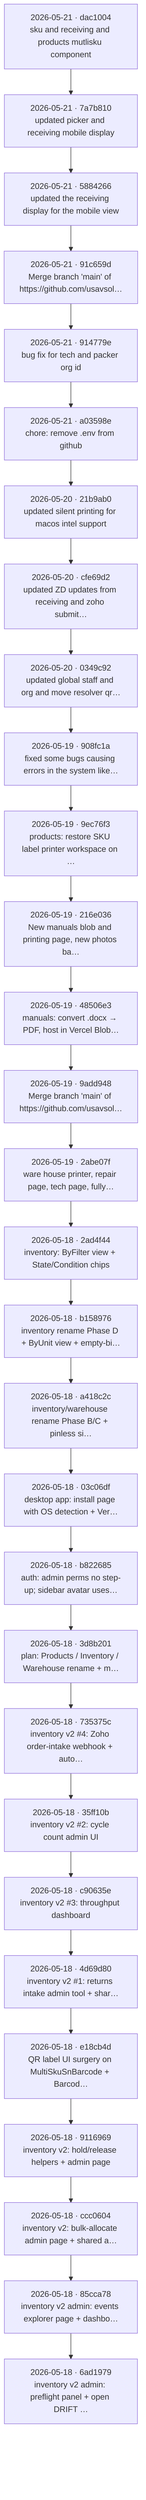
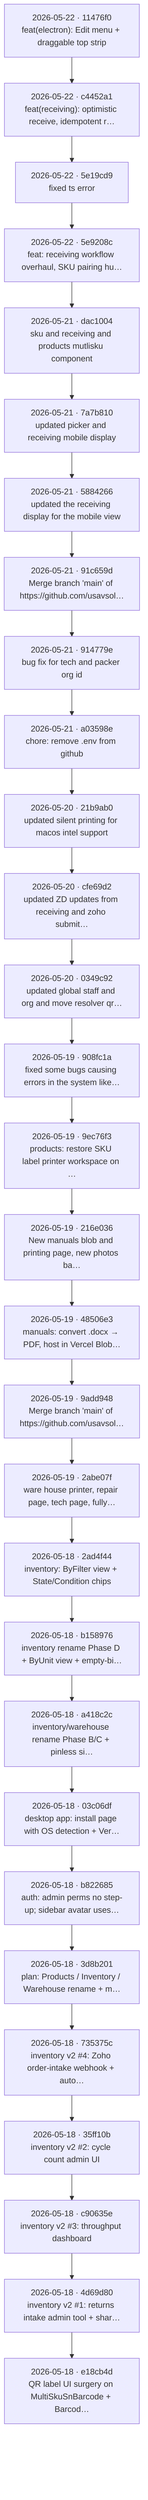
flowchart TB
-   c0["2026-05-21 · dac1004<br/>sku and receiving and products mutlisku component"]
-   c1["2026-05-21 · 7a7b810<br/>updated picker and receiving mobile display"]
+   c0["2026-05-22 · 11476f0<br/>feat(electron): Edit menu + draggable top strip"]
+   c1["2026-05-22 · c4452a1<br/>feat(receiving): optimistic receive, idempotent r…"]
  c0 --> c1
-   c2["2026-05-21 · 5884266<br/>updated the receiving display for the mobile view"]
+   c2["2026-05-22 · 5e19cd9<br/>fixed ts error"]
  c1 --> c2
-   c3["2026-05-21 · 91c659d<br/>Merge branch 'main' of https://github.com/usavsol…"]
+   c3["2026-05-22 · 5e9208c<br/>feat: receiving workflow overhaul, SKU pairing hu…"]
  c2 --> c3
-   c4["2026-05-21 · 914779e<br/>bug fix for tech and packer org id"]
+   c4["2026-05-21 · dac1004<br/>sku and receiving and products mutlisku component"]
  c3 --> c4
-   c5["2026-05-21 · a03598e<br/>chore: remove .env from github"]
+   c5["2026-05-21 · 7a7b810<br/>updated picker and receiving mobile display"]
  c4 --> c5
-   c6["2026-05-20 · 21b9ab0<br/>updated silent printing for macos intel support"]
+   c6["2026-05-21 · 5884266<br/>updated the receiving display for the mobile view"]
  c5 --> c6
-   c7["2026-05-20 · cfe69d2<br/>updated ZD updates from receiving and zoho submit…"]
+   c7["2026-05-21 · 91c659d<br/>Merge branch 'main' of https://github.com/usavsol…"]
  c6 --> c7
-   c8["2026-05-20 · 0349c92<br/>updated global staff and org and move resolver qr…"]
+   c8["2026-05-21 · 914779e<br/>bug fix for tech and packer org id"]
  c7 --> c8
-   c9["2026-05-19 · 908fc1a<br/>fixed some bugs causing errors in the system like…"]
+   c9["2026-05-21 · a03598e<br/>chore: remove .env from github"]
  c8 --> c9
-   c10["2026-05-19 · 9ec76f3<br/>products: restore SKU label printer workspace on …"]
+   c10["2026-05-20 · 21b9ab0<br/>updated silent printing for macos intel support"]
  c9 --> c10
-   c11["2026-05-19 · 216e036<br/>New manuals blob and printing page, new photos ba…"]
+   c11["2026-05-20 · cfe69d2<br/>updated ZD updates from receiving and zoho submit…"]
  c10 --> c11
-   c12["2026-05-19 · 48506e3<br/>manuals: convert .docx → PDF, host in Vercel Blob…"]
+   c12["2026-05-20 · 0349c92<br/>updated global staff and org and move resolver qr…"]
  c11 --> c12
-   c13["2026-05-19 · 9add948<br/>Merge branch 'main' of https://github.com/usavsol…"]
+   c13["2026-05-19 · 908fc1a<br/>fixed some bugs causing errors in the system like…"]
  c12 --> c13
-   c14["2026-05-19 · 2abe07f<br/>ware house printer, repair page, tech page, fully…"]
+   c14["2026-05-19 · 9ec76f3<br/>products: restore SKU label printer workspace on …"]
  c13 --> c14
-   c15["2026-05-18 · 2ad4f44<br/>inventory: ByFilter view + State/Condition chips"]
+   c15["2026-05-19 · 216e036<br/>New manuals blob and printing page, new photos ba…"]
  c14 --> c15
-   c16["2026-05-18 · b158976<br/>inventory rename Phase D + ByUnit view + empty-bi…"]
+   c16["2026-05-19 · 48506e3<br/>manuals: convert .docx → PDF, host in Vercel Blob…"]
  c15 --> c16
-   c17["2026-05-18 · a418c2c<br/>inventory/warehouse rename Phase B/C + pinless si…"]
+   c17["2026-05-19 · 9add948<br/>Merge branch 'main' of https://github.com/usavsol…"]
  c16 --> c17
-   c18["2026-05-18 · 03c06df<br/>desktop app: install page with OS detection + Ver…"]
+   c18["2026-05-19 · 2abe07f<br/>ware house printer, repair page, tech page, fully…"]
  c17 --> c18
-   c19["2026-05-18 · b822685<br/>auth: admin perms no step-up; sidebar avatar uses…"]
+   c19["2026-05-18 · 2ad4f44<br/>inventory: ByFilter view + State/Condition chips"]
  c18 --> c19
-   c20["2026-05-18 · 3d8b201<br/>plan: Products / Inventory / Warehouse rename + m…"]
+   c20["2026-05-18 · b158976<br/>inventory rename Phase D + ByUnit view + empty-bi…"]
  c19 --> c20
-   c21["2026-05-18 · 735375c<br/>inventory v2 #4: Zoho order-intake webhook + auto…"]
+   c21["2026-05-18 · a418c2c<br/>inventory/warehouse rename Phase B/C + pinless si…"]
  c20 --> c21
-   c22["2026-05-18 · 35ff10b<br/>inventory v2 #2: cycle count admin UI"]
+   c22["2026-05-18 · 03c06df<br/>desktop app: install page with OS detection + Ver…"]
  c21 --> c22
-   c23["2026-05-18 · c90635e<br/>inventory v2 #3: throughput dashboard"]
+   c23["2026-05-18 · b822685<br/>auth: admin perms no step-up; sidebar avatar uses…"]
  c22 --> c23
-   c24["2026-05-18 · 4d69d80<br/>inventory v2 #1: returns intake admin tool + shar…"]
+   c24["2026-05-18 · 3d8b201<br/>plan: Products / Inventory / Warehouse rename + m…"]
  c23 --> c24
-   c25["2026-05-18 · e18cb4d<br/>QR label UI surgery on MultiSkuSnBarcode + Barcod…"]
+   c25["2026-05-18 · 735375c<br/>inventory v2 #4: Zoho order-intake webhook + auto…"]
  c24 --> c25
-   c26["2026-05-18 · 9116969<br/>inventory v2: hold/release helpers + admin page"]
+   c26["2026-05-18 · 35ff10b<br/>inventory v2 #2: cycle count admin UI"]
  c25 --> c26
-   c27["2026-05-18 · ccc0604<br/>inventory v2: bulk-allocate admin page + shared a…"]
+   c27["2026-05-18 · c90635e<br/>inventory v2 #3: throughput dashboard"]
  c26 --> c27
-   c28["2026-05-18 · 85cca78<br/>inventory v2 admin: events explorer page + dashbo…"]
+   c28["2026-05-18 · 4d69d80<br/>inventory v2 #1: returns intake admin tool + shar…"]
  c27 --> c28
-   c29["2026-05-18 · 6ad1979<br/>inventory v2 admin: preflight panel + open DRIFT …"]
+   c29["2026-05-18 · e18cb4d<br/>QR label UI surgery on MultiSkuSnBarcode + Barcod…"]
  c28 --> c29